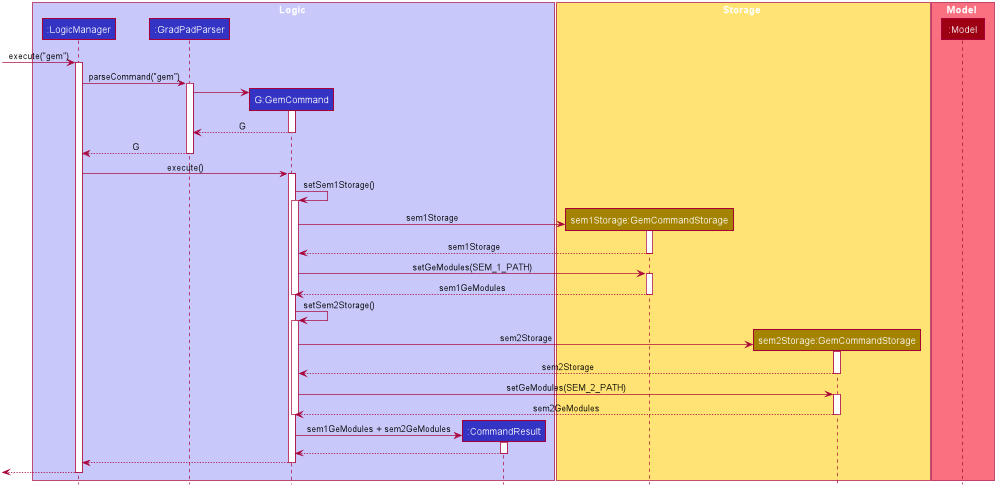
Earlier version of the PlantUML export docs/images/GemSequenceDiagram.png (yan-soon/tp).
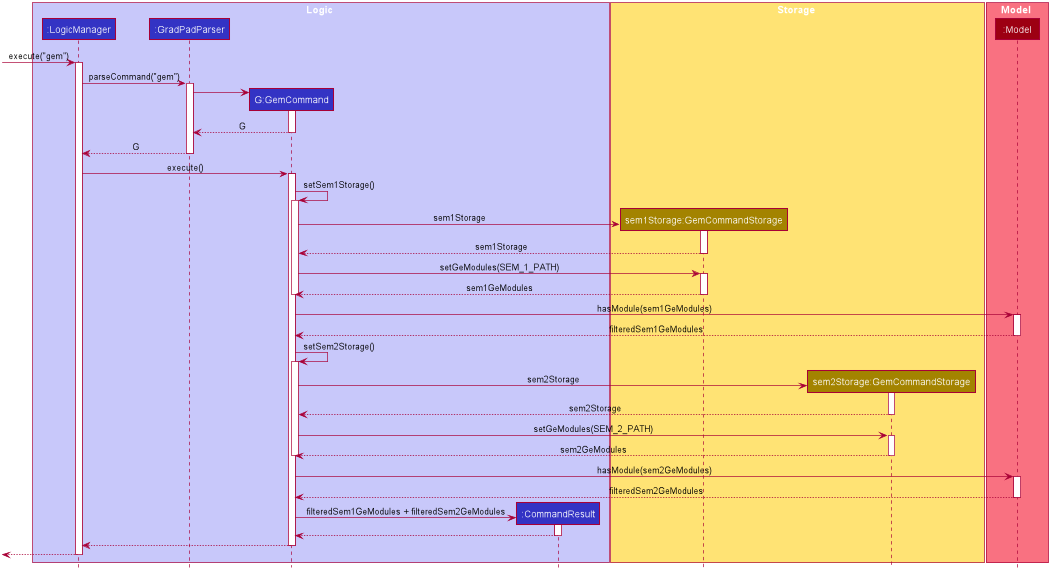
Above is the later version.

Commit message:
update gem and science seq diagram and descriptions to include Model interaction

The edit, as a diff of the source:
```diff
@@ -102,6 +102,12 @@
 
 deactivate GemCommand
 
+GemCommand -> Model : hasModule(sem1GeModules)
+activate Model
+
+Model --> GemCommand : filteredSem1GeModules
+deactivate Model
+
 GemCommand -> GemCommand : setSem2Storage()
 activate GemCommand
 
@@ -120,8 +126,14 @@
 
 deactivate GemCommand
 
+GemCommand -> Model : hasModule(sem2GeModules)
+activate Model
+
+Model --> GemCommand : filteredSem2GeModules
+deactivate Model
+
 create CommandResult
-GemCommand -> CommandResult : sem1GeModules + sem2GeModules
+GemCommand -> CommandResult : filteredSem1GeModules + filteredSem2GeModules
 activate CommandResult
 
 CommandResult --> GemCommand
```
